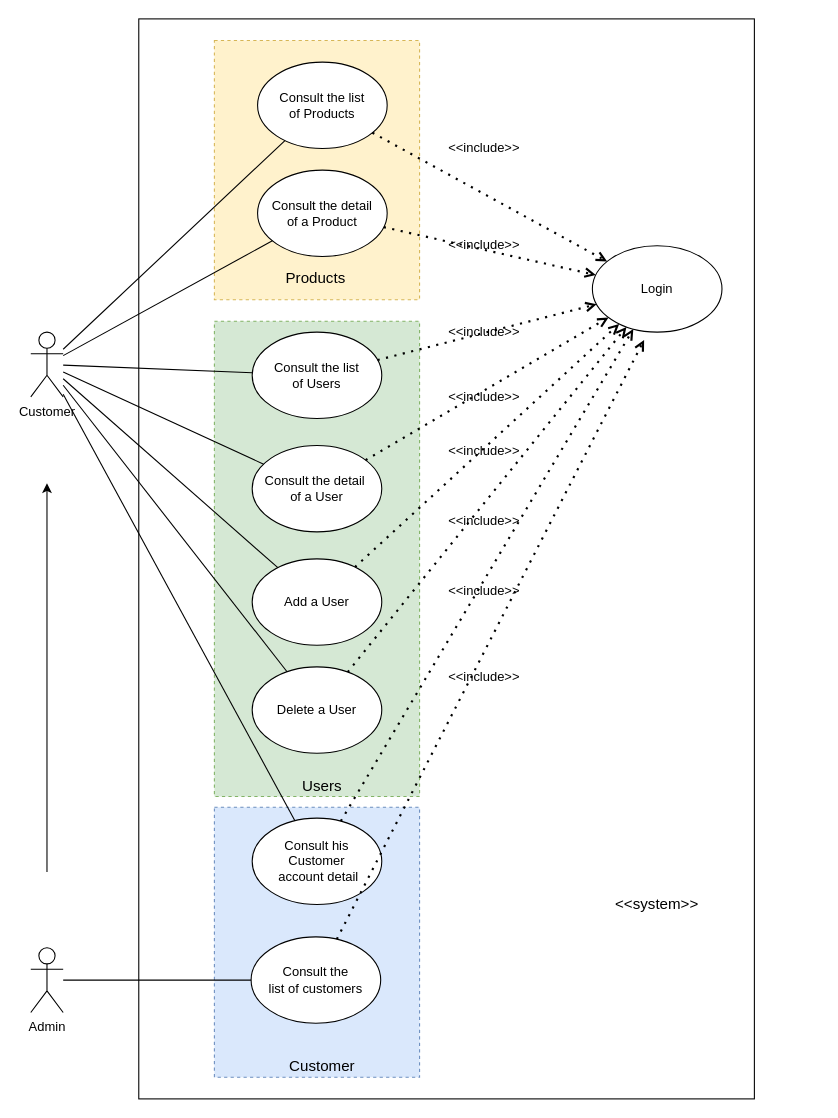
Above: Diagrammes/BileMo_global_use_case.drawio in JgPhil/BileMo (draw.io), before the change. Source tidied: cells renumbered, new cells numbered last; positions are measured from the earlier drawing's top-left corner, leaving out a move shared by most shapes. Both pictures are drawn from the tidied source at 108%, with x=0, y=0 at pixel (30, 18).
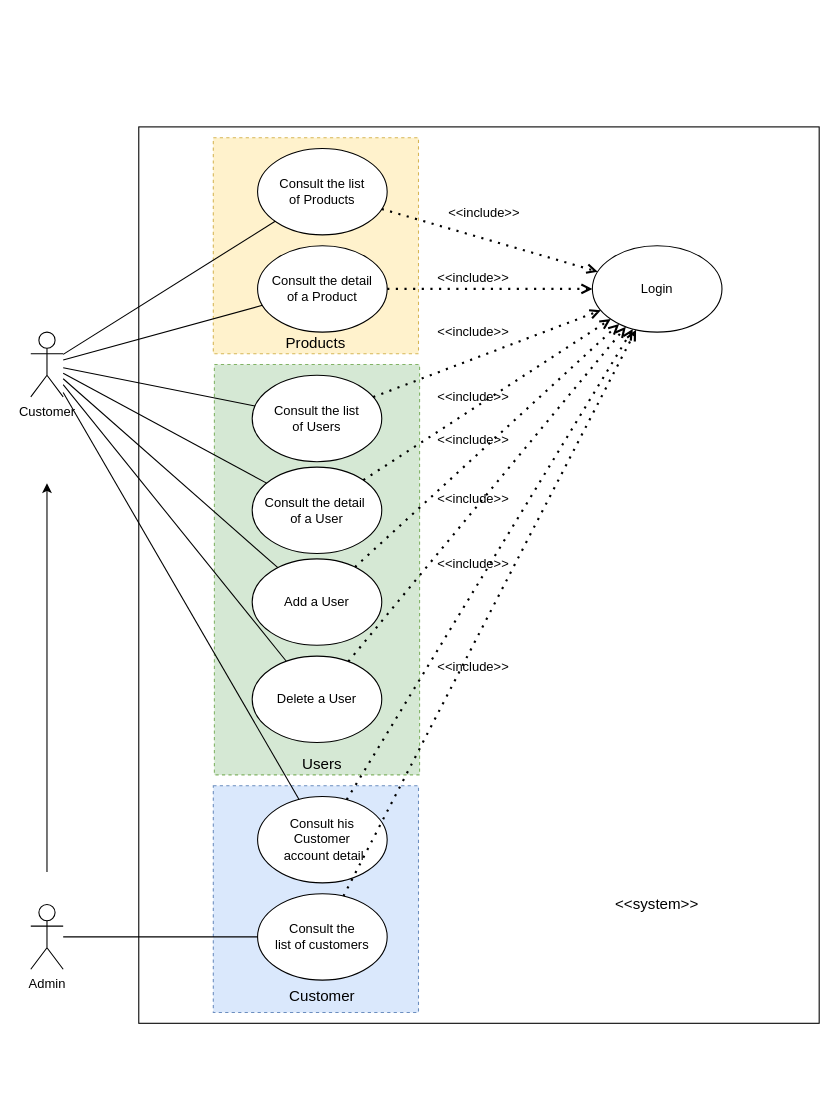
Above is the later version.

Unchanged cells that the change refers to:
```xml
<mxCell id="10" value="Login" style="ellipse;whiteSpace=wrap;html=1;" parent="1" vertex="1">
  <mxGeometry x="520" y="210" width="120" height="80" as="geometry" />
</mxCell>
```

What changed in the source:
```diff
@@
     <mxCell id="2" style="rounded=0;whiteSpace=wrap;html=1;" parent="1" vertex="1">
-      <mxGeometry x="100" width="570" height="1000" as="geometry" />
+      <mxGeometry x="100" y="100" width="630" height="830" as="geometry" />
     </mxCell>
     <mxCell id="3" style="rounded=0;whiteSpace=wrap;html=1;dashed=1;fillColor=#d5e8d4;strokeColor=#82b366;" parent="1" vertex="1">
-      <mxGeometry x="170" y="280" width="190" height="440" as="geometry" />
+      <mxGeometry x="170" y="320" width="190" height="380" as="geometry" />
     </mxCell>
     <mxCell id="4" style="rounded=0;whiteSpace=wrap;html=1;dashed=1;fillColor=#fff2cc;strokeColor=#d6b656;" parent="1" vertex="1">
-      <mxGeometry x="170" y="20" width="190" height="240" as="geometry" />
+      <mxGeometry x="169" y="110" width="190" height="200" as="geometry" />
     </mxCell>
@@
     <mxCell id="6" value="Consult the list&lt;br&gt;of Products" style="ellipse;whiteSpace=wrap;html=1;" parent="1" vertex="1">
-      <mxGeometry x="210" y="40" width="120" height="80" as="geometry" />
+      <mxGeometry x="210" y="120" width="120" height="80" as="geometry" />
     </mxCell>
     <mxCell id="7" value="Consult the detail &lt;br&gt;of a Product" style="ellipse;whiteSpace=wrap;html=1;" parent="1" vertex="1">
-      <mxGeometry x="210" y="140" width="120" height="80" as="geometry" />
+      <mxGeometry x="210" y="210" width="120" height="80" as="geometry" />
     </mxCell>
     <mxCell id="8" value="Consult the list&lt;br&gt;of Users" style="ellipse;whiteSpace=wrap;html=1;" parent="1" vertex="1">
-      <mxGeometry x="205" y="290" width="120" height="80" as="geometry" />
+      <mxGeometry x="205" y="330" width="120" height="80" as="geometry" />
     </mxCell>
     <mxCell id="9" value="Consult the detail&amp;nbsp;&lt;br&gt;of a User" style="ellipse;whiteSpace=wrap;html=1;" parent="1" vertex="1">
-      <mxGeometry x="205" y="395" width="120" height="80" as="geometry" />
+      <mxGeometry x="205" y="415" width="120" height="80" as="geometry" />
     </mxCell>
@@
     <mxCell id="15" value="&amp;lt;&amp;lt;include&amp;gt;&amp;gt;" style="text;html=1;strokeColor=none;fillColor=none;align=center;verticalAlign=middle;whiteSpace=wrap;rounded=0;" parent="1" vertex="1">
-      <mxGeometry x="400" y="110" width="40" height="20" as="geometry" />
+      <mxGeometry x="400" y="170" width="40" height="20" as="geometry" />
     </mxCell>
     <mxCell id="16" value="&amp;lt;&amp;lt;include&amp;gt;&amp;gt;" style="text;html=1;strokeColor=none;fillColor=none;align=center;verticalAlign=middle;whiteSpace=wrap;rounded=0;" parent="1" vertex="1">
-      <mxGeometry x="400" y="200" width="40" height="20" as="geometry" />
+      <mxGeometry x="390" y="230" width="40" height="20" as="geometry" />
     </mxCell>
     <mxCell id="17" value="&amp;lt;&amp;lt;include&amp;gt;&amp;gt;" style="text;html=1;strokeColor=none;fillColor=none;align=center;verticalAlign=middle;whiteSpace=wrap;rounded=0;" parent="1" vertex="1">
-      <mxGeometry x="400" y="280" width="40" height="20" as="geometry" />
+      <mxGeometry x="390" y="280" width="40" height="20" as="geometry" />
     </mxCell>
     <mxCell id="18" value="&amp;lt;&amp;lt;include&amp;gt;&amp;gt;" style="text;html=1;strokeColor=none;fillColor=none;align=center;verticalAlign=middle;whiteSpace=wrap;rounded=0;" parent="1" vertex="1">
-      <mxGeometry x="400" y="340" width="40" height="20" as="geometry" />
+      <mxGeometry x="390" y="340" width="40" height="20" as="geometry" />
     </mxCell>
@@
     <mxCell id="23" value="Products" style="text;html=1;strokeColor=none;fillColor=none;align=center;verticalAlign=middle;whiteSpace=wrap;rounded=0;dashed=1;fontSize=14;" parent="1" vertex="1">
-      <mxGeometry x="244" y="230" width="40" height="20" as="geometry" />
+      <mxGeometry x="244" y="290" width="40" height="20" as="geometry" />
     </mxCell>
     <mxCell id="24" value="Users" style="text;html=1;strokeColor=none;fillColor=none;align=center;verticalAlign=middle;whiteSpace=wrap;rounded=0;dashed=1;fontSize=14;" parent="1" vertex="1">
-      <mxGeometry x="230" y="700" width="80" height="20" as="geometry" />
+      <mxGeometry x="230" y="680" width="80" height="20" as="geometry" />
     </mxCell>
@@
     <mxCell id="27" value="&amp;lt;&amp;lt;include&amp;gt;&amp;gt;" style="text;html=1;strokeColor=none;fillColor=none;align=center;verticalAlign=middle;whiteSpace=wrap;rounded=0;" parent="1" vertex="1">
-      <mxGeometry x="400" y="390" width="40" height="20" as="geometry" />
+      <mxGeometry x="390" y="380" width="40" height="20" as="geometry" />
     </mxCell>
@@
     <mxCell id="29" value="Delete a User" style="ellipse;whiteSpace=wrap;html=1;" parent="1" vertex="1">
-      <mxGeometry x="205" y="600" width="120" height="80" as="geometry" />
+      <mxGeometry x="205" y="590" width="120" height="80" as="geometry" />
     </mxCell>
@@
     <mxCell id="31" value="&amp;lt;&amp;lt;include&amp;gt;&amp;gt;" style="text;html=1;strokeColor=none;fillColor=none;align=center;verticalAlign=middle;whiteSpace=wrap;rounded=0;" parent="1" vertex="1">
-      <mxGeometry x="400" y="455" width="40" height="20" as="geometry" />
+      <mxGeometry x="390" y="435" width="40" height="20" as="geometry" />
     </mxCell>
@@
     <mxCell id="34" style="rounded=0;whiteSpace=wrap;html=1;dashed=1;strokeColor=#6c8ebf;fillColor=#dae8fc;" parent="1" vertex="1">
-      <mxGeometry x="170" y="730" width="190" height="250" as="geometry" />
+      <mxGeometry x="169" y="710" width="190" height="210" as="geometry" />
     </mxCell>
     <mxCell id="35" value="Consult his&lt;br&gt;Customer&lt;br&gt;&amp;nbsp;account detail" style="ellipse;whiteSpace=wrap;html=1;" parent="1" vertex="1">
-      <mxGeometry x="205" y="740" width="120" height="80" as="geometry" />
+      <mxGeometry x="210" y="720" width="120" height="80" as="geometry" />
     </mxCell>
@@
     <mxCell id="38" value="&amp;lt;&amp;lt;include&amp;gt;&amp;gt;" style="text;html=1;strokeColor=none;fillColor=none;align=center;verticalAlign=middle;whiteSpace=wrap;rounded=0;" parent="1" vertex="1">
-      <mxGeometry x="400" y="520" width="40" height="20" as="geometry" />
+      <mxGeometry x="390" y="495" width="40" height="20" as="geometry" />
     </mxCell>
     <mxCell id="39" value="Consult the&lt;br&gt;list of customers" style="ellipse;whiteSpace=wrap;html=1;" parent="1" vertex="1">
-      <mxGeometry x="204" y="850" width="120" height="80" as="geometry" />
+      <mxGeometry x="210" y="810" width="120" height="80" as="geometry" />
     </mxCell>
     <mxCell id="40" value="Customer" style="text;html=1;strokeColor=none;fillColor=none;align=center;verticalAlign=middle;whiteSpace=wrap;rounded=0;dashed=1;fontSize=14;" parent="1" vertex="1">
-      <mxGeometry x="230" y="960" width="80" height="20" as="geometry" />
+      <mxGeometry x="230" y="900" width="80" height="10" as="geometry" />
     </mxCell>
     <mxCell id="41" value="Admin" style="shape=umlActor;verticalLabelPosition=bottom;verticalAlign=top;html=1;outlineConnect=0;" parent="1" vertex="1">
-      <mxGeometry y="860" width="30" height="60" as="geometry" />
+      <mxGeometry y="820" width="30" height="60" as="geometry" />
     </mxCell>
@@
-    <mxCell id="44" style="endArrow=open;dashed=1;html=1;dashPattern=1 3;strokeWidth=2;startArrow=none;startFill=0;endFill=0;" parent="1" edge="1" source="39">
-      <mxGeometry relative="1" as="geometry">
-        <mxPoint x="567.9" y="297.2" as="targetPoint" />
-      </mxGeometry>
+    <mxCell id="44" style="endArrow=open;dashed=1;html=1;dashPattern=1 3;strokeWidth=2;startArrow=none;startFill=0;endFill=0;" parent="1" edge="1" source="39" target="10">
+      <mxGeometry relative="1" as="geometry" />
     </mxCell>
     <mxCell id="45" value="&amp;lt;&amp;lt;include&amp;gt;&amp;gt;" style="text;html=1;strokeColor=none;fillColor=none;align=center;verticalAlign=middle;whiteSpace=wrap;rounded=0;" parent="1" vertex="1">
-      <mxGeometry x="400" y="600" width="40" height="20" as="geometry" />
+      <mxGeometry x="390" y="590" width="40" height="20" as="geometry" />
     </mxCell>
```
